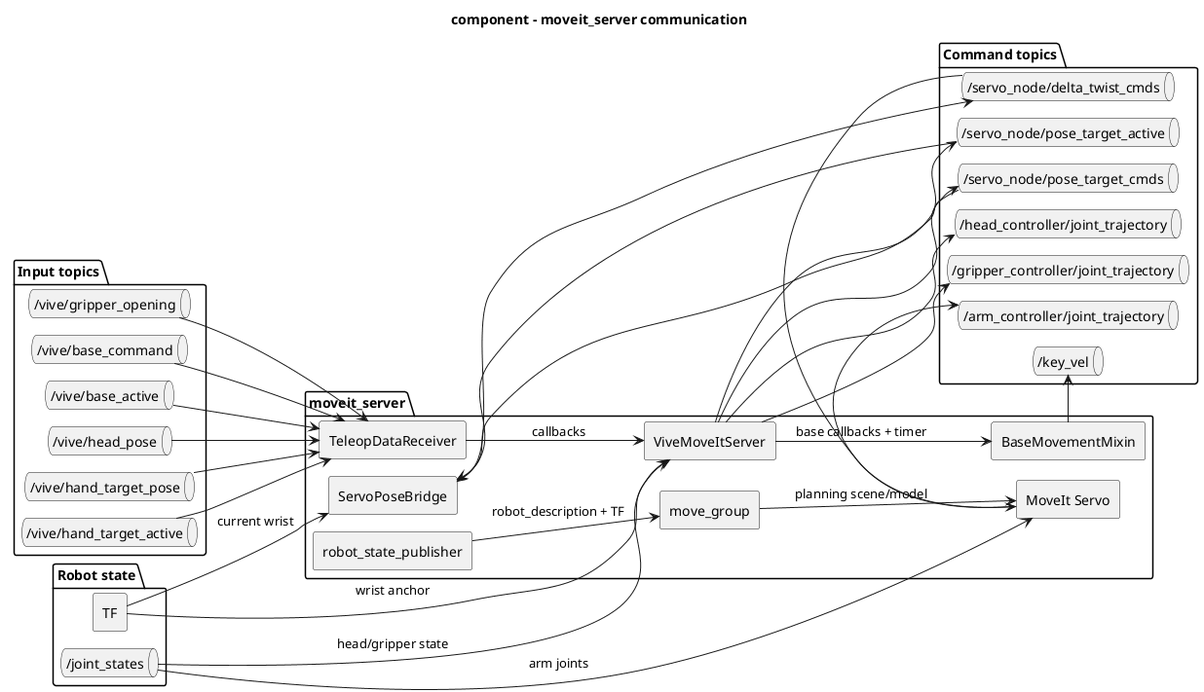
The PlantUML diagram docs/architecture/component/moveit-server.png in ichores-research/vive_teleop, before a commit.
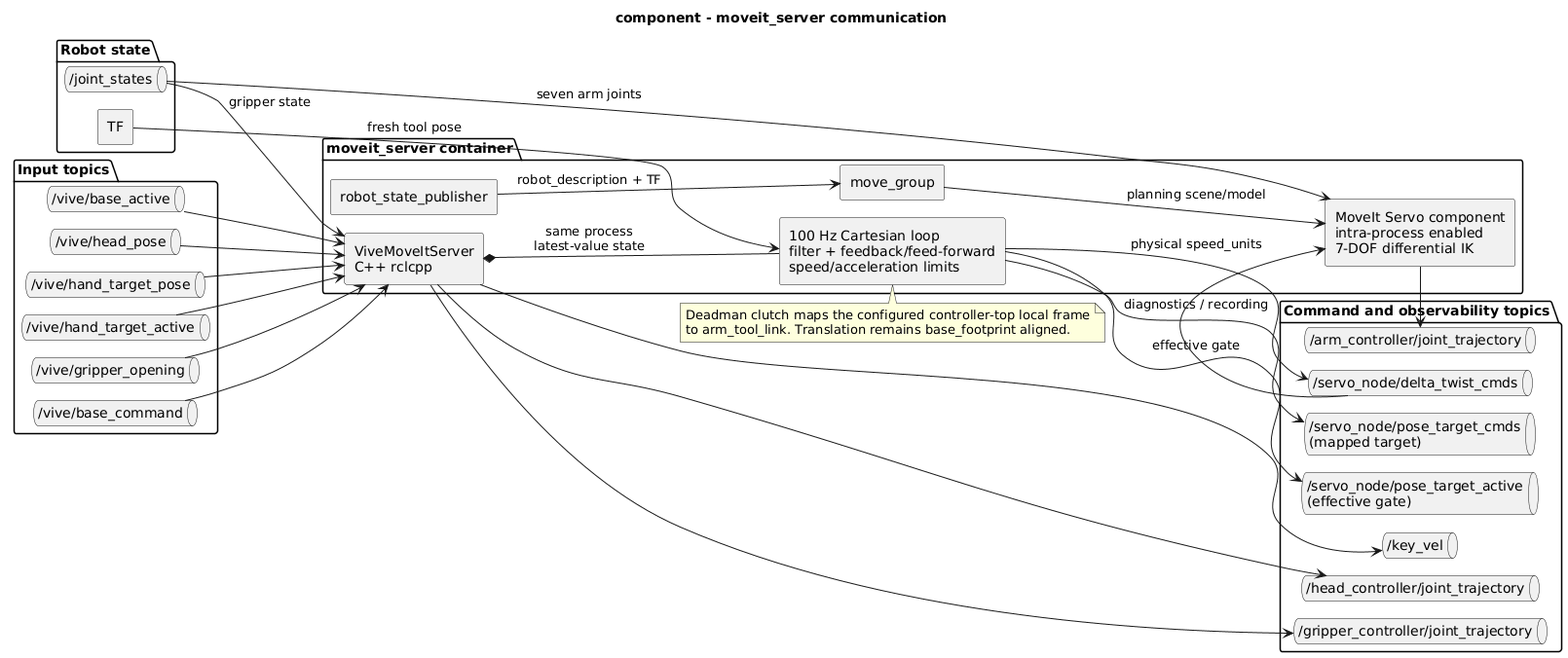
The same diagram one commit later.

What changed in the source:
```diff
@@ -17,12 +17,10 @@
   queue "/vive/base_active" as BaseActive
 }
 
-package "moveit_server" {
-  component "TeleopDataReceiver" as Receiver
-  component "ViveMoveItServer" as Teleop
-  component "BaseMovementMixin" as BaseGuard
-  component "ServoPoseBridge" as Bridge
-  component "MoveIt Servo" as Servo
+package "moveit_server container" {
+  component "ViveMoveItServer\nC++ rclcpp" as Teleop
+  component "100 Hz Cartesian loop\nfilter + feedback/feed-forward\nspeed/acceleration limits" as ArmLoop
+  component "MoveIt Servo component\nintra-process enabled\n7-DOF differential IK" as Servo
   component "move_group" as MoveGroup
   component "robot_state_publisher" as Rsp
 }
@@ -32,42 +30,42 @@
   component "TF" as Tf
 }
 
-package "Command topics" {
+package "Command and observability topics" {
   queue "/head_controller/joint_trajectory" as HeadCommand
   queue "/gripper_controller/joint_trajectory" as GripperCommand
-  queue "/servo_node/pose_target_cmds" as PoseTarget
-  queue "/servo_node/pose_target_active" as PoseActive
+  queue "/key_vel" as BaseCommand
+  queue "/servo_node/pose_target_cmds\n(mapped target)" as PoseTarget
+  queue "/servo_node/pose_target_active\n(effective gate)" as PoseActive
   queue "/servo_node/delta_twist_cmds" as DeltaTwist
   queue "/arm_controller/joint_trajectory" as ArmCommand
-  queue "/key_vel" as BaseCommand
 }
 
-HeadPose --> Receiver
-HandTarget --> Receiver
-HandActive --> Receiver
-GripperOpening --> Receiver
-BaseInput --> Receiver
-BaseActive --> Receiver
-Receiver --> Teleop : callbacks
-Teleop --> BaseGuard : base callbacks + timer
+HeadPose --> Teleop
+HandTarget --> Teleop
+HandActive --> Teleop
+GripperOpening --> Teleop
+BaseInput --> Teleop
+BaseActive --> Teleop
 
-JointStates --> Teleop : head/gripper state
-Tf --> Teleop : wrist anchor
+JointStates --> Teleop : gripper state
+Tf --> ArmLoop : fresh tool pose
+Teleop *-- ArmLoop : same process\nlatest-value state
 Teleop --> HeadCommand
 Teleop --> GripperCommand
-Teleop --> PoseTarget
-Teleop --> PoseActive
-BaseGuard --> BaseCommand
-
-PoseTarget --> Bridge
-PoseActive --> Bridge
-Tf --> Bridge : current wrist
-Bridge --> DeltaTwist
+Teleop --> BaseCommand
+ArmLoop --> PoseTarget : diagnostics / recording
+ArmLoop --> PoseActive : effective gate
+ArmLoop --> DeltaTwist : physical speed_units
 
 Rsp --> MoveGroup : robot_description + TF
 MoveGroup --> Servo : planning scene/model
-JointStates --> Servo : arm joints
+JointStates --> Servo : seven arm joints
 DeltaTwist --> Servo
 Servo --> ArmCommand
 
+note bottom of ArmLoop
+  Deadman clutch maps the configured controller-top local frame
+  to arm_tool_link. Translation remains base_footprint aligned.
+end note
+
 @enduml
```
